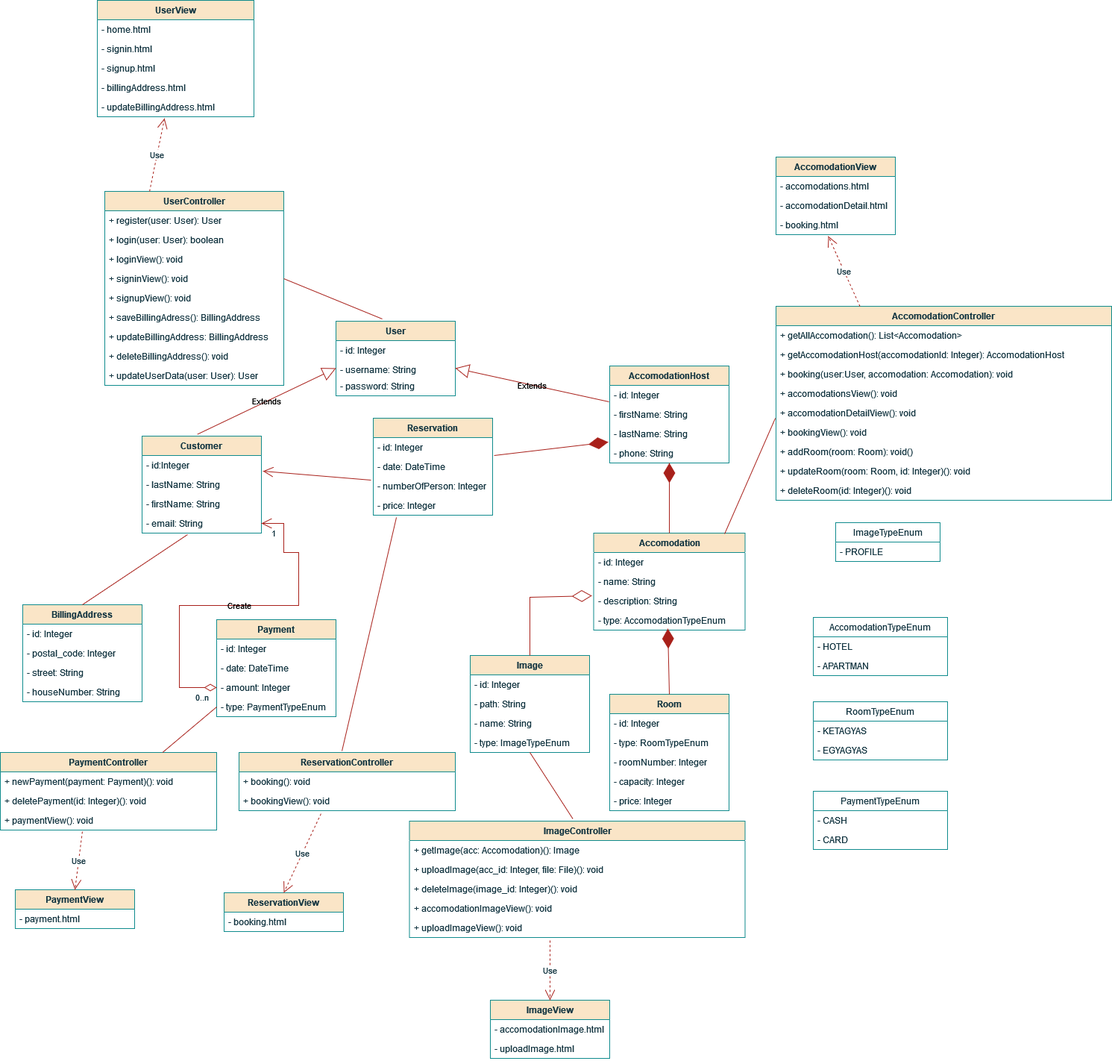
Aggron2k/rf1-szallas keeps this draw.io diagram as rf-uml.png. Above is the earlier version. Source tidied: cells renumbered, new cells last; positions are measured from the earlier drawing's top-left corner, leaving out a move shared by most shapes.
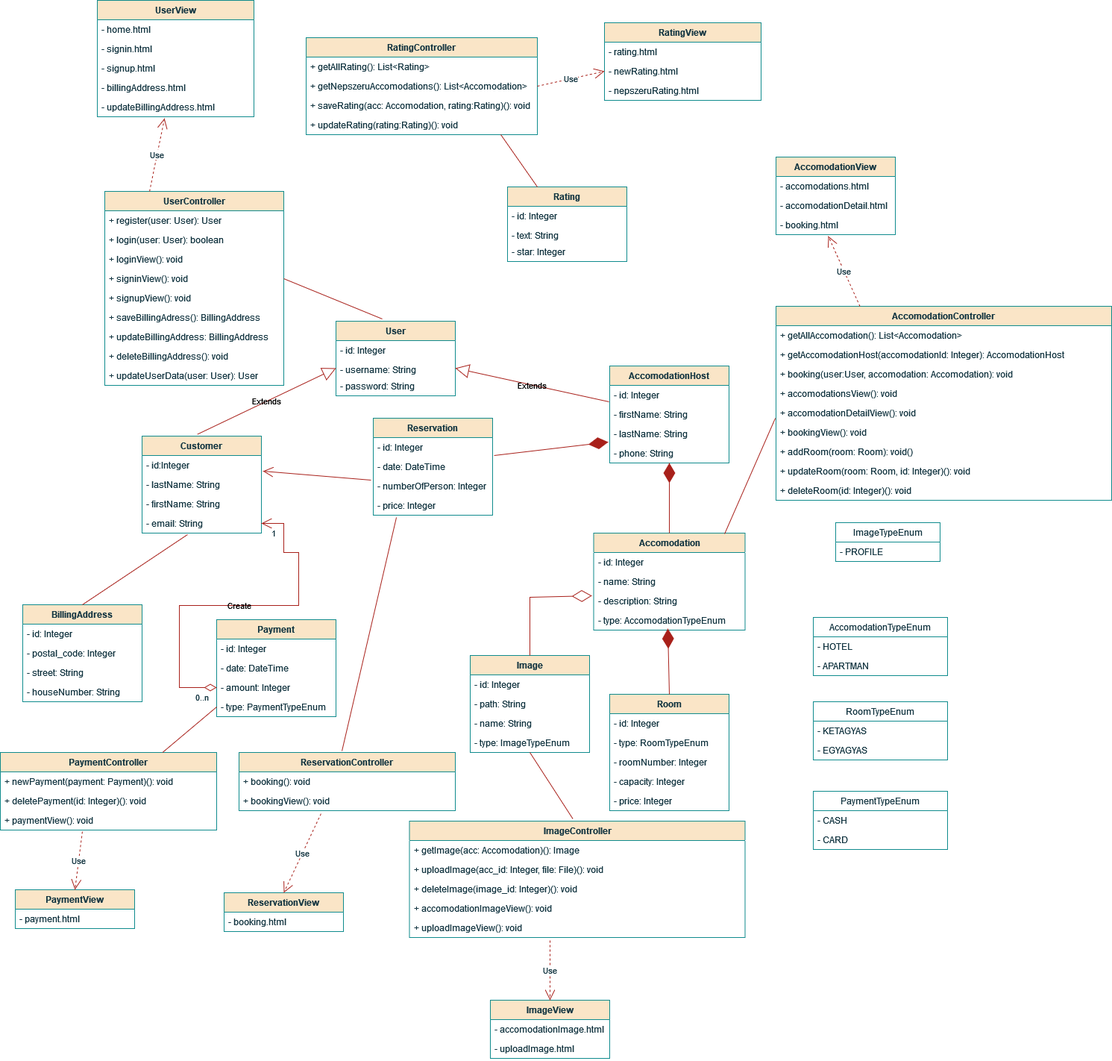
Above is the later version.

Commit message:
Rating model, Rating controller, Rating view

Diff of the diagram source:
```diff
@@ -402,5 +402,50 @@
     <mxCell id="128" style="endArrow=none;html=1;rounded=0;exitX=0.75;exitY=0;exitDx=0;exitDy=0;entryX=0;entryY=0.5;entryDx=0;entryDy=0;labelBackgroundColor=none;strokeColor=#A8201A;fontColor=default;" parent="1" edge="1" source="121" target="59">
       <mxGeometry relative="1" as="geometry" />
     </mxCell>
+    <mxCell id="129" value="Rating" style="swimlane;fontStyle=1;align=center;verticalAlign=top;horizontal=1;startSize=26;whiteSpace=wrap;html=1;labelBackgroundColor=none;fillColor=#FAE5C7;strokeColor=#0F8B8D;fontColor=#143642;rounded=0;" parent="1" vertex="1">
+      <mxGeometry x="680" y="250" width="160" height="100" as="geometry" />
+    </mxCell>
+    <mxCell id="130" value="- id: Integer" style="text;strokeColor=none;fillColor=none;align=left;verticalAlign=top;spacingLeft=4;spacingRight=4;overflow=hidden;whiteSpace=wrap;html=1;labelBackgroundColor=none;fontColor=#143642;rounded=0;" parent="129" vertex="1">
+      <mxGeometry y="26" width="160" height="26" as="geometry" />
+    </mxCell>
+    <mxCell id="131" value="- text: String" style="text;strokeColor=none;fillColor=none;align=left;verticalAlign=top;spacingLeft=4;spacingRight=4;overflow=hidden;whiteSpace=wrap;html=1;labelBackgroundColor=none;fontColor=#143642;rounded=0;" parent="129" vertex="1">
+      <mxGeometry y="52" width="160" height="22" as="geometry" />
+    </mxCell>
+    <mxCell id="132" value="- star: Integer" style="text;strokeColor=none;fillColor=none;align=left;verticalAlign=top;spacingLeft=4;spacingRight=4;overflow=hidden;whiteSpace=wrap;html=1;labelBackgroundColor=none;fontColor=#143642;rounded=0;" parent="129" vertex="1">
+      <mxGeometry y="74" width="160" height="26" as="geometry" />
+    </mxCell>
+    <mxCell id="133" value="RatingController" style="swimlane;fontStyle=1;align=center;verticalAlign=top;horizontal=1;startSize=26;whiteSpace=wrap;html=1;labelBackgroundColor=none;fillColor=#FAE5C7;strokeColor=#0F8B8D;fontColor=#143642;" parent="1" vertex="1">
+      <mxGeometry x="410" y="50" width="310" height="130" as="geometry" />
+    </mxCell>
+    <mxCell id="134" value="&lt;div&gt;+ getAllRating(): List&amp;lt;Rating&amp;gt;&lt;/div&gt;&lt;div&gt;&lt;br&gt;&lt;/div&gt;" style="text;strokeColor=none;fillColor=none;align=left;verticalAlign=top;spacingLeft=4;spacingRight=4;overflow=hidden;whiteSpace=wrap;html=1;labelBackgroundColor=none;fontColor=#143642;" parent="133" vertex="1">
+      <mxGeometry y="26" width="310" height="26" as="geometry" />
+    </mxCell>
+    <mxCell id="135" value="+ getNepszeruAccomodations(): List&amp;lt;Accomodation&amp;gt;" style="text;strokeColor=none;fillColor=none;align=left;verticalAlign=top;spacingLeft=4;spacingRight=4;overflow=hidden;points=[[0,0.5],[1,0.5]];portConstraint=eastwest;whiteSpace=wrap;html=1;labelBackgroundColor=none;fontColor=#143642;" parent="133" vertex="1">
+      <mxGeometry y="52" width="310" height="26" as="geometry" />
+    </mxCell>
+    <mxCell id="136" value="+ saveRating(acc: Accomodation, rating:Rating)(): void" style="text;strokeColor=none;fillColor=none;align=left;verticalAlign=top;spacingLeft=4;spacingRight=4;overflow=hidden;whiteSpace=wrap;html=1;labelBackgroundColor=none;fontColor=#143642;" parent="133" vertex="1">
+      <mxGeometry y="78" width="310" height="26" as="geometry" />
+    </mxCell>
+    <mxCell id="137" value="+ updateRating(rating:Rating)(): void" style="text;strokeColor=none;fillColor=none;align=left;verticalAlign=top;spacingLeft=4;spacingRight=4;overflow=hidden;points=[[0,0.5],[1,0.5]];portConstraint=eastwest;whiteSpace=wrap;html=1;labelBackgroundColor=none;fontColor=#143642;" parent="133" vertex="1">
+      <mxGeometry y="104" width="310" height="26" as="geometry" />
+    </mxCell>
+    <mxCell id="138" value="RatingView" style="swimlane;fontStyle=1;align=center;verticalAlign=top;horizontal=1;startSize=26;whiteSpace=wrap;html=1;strokeColor=#0F8B8D;fontColor=#143642;fillColor=#FAE5C7;" parent="1" vertex="1">
+      <mxGeometry x="810" y="30" width="210" height="104" as="geometry" />
+    </mxCell>
+    <mxCell id="139" value="- rating.html" style="text;strokeColor=none;fillColor=none;align=left;verticalAlign=top;spacingLeft=4;spacingRight=4;overflow=hidden;whiteSpace=wrap;html=1;fontColor=#143642;" parent="138" vertex="1">
+      <mxGeometry y="26" width="210" height="26" as="geometry" />
+    </mxCell>
+    <mxCell id="140" value="- newRating.html" style="text;strokeColor=none;fillColor=none;align=left;verticalAlign=top;spacingLeft=4;spacingRight=4;overflow=hidden;points=[[0,0.5],[1,0.5]];portConstraint=eastwest;whiteSpace=wrap;html=1;fontColor=#143642;" parent="138" vertex="1">
+      <mxGeometry y="52" width="210" height="26" as="geometry" />
+    </mxCell>
+    <mxCell id="141" value="- nepszeruRating.html" style="text;strokeColor=none;fillColor=none;align=left;verticalAlign=top;spacingLeft=4;spacingRight=4;overflow=hidden;whiteSpace=wrap;html=1;fontColor=#143642;" parent="138" vertex="1">
+      <mxGeometry y="78" width="210" height="26" as="geometry" />
+    </mxCell>
+    <mxCell id="142" value="Use" style="endArrow=open;endSize=12;dashed=1;html=1;rounded=0;strokeColor=#A8201A;fontColor=#143642;fillColor=#FAE5C7;exitX=1;exitY=0.5;exitDx=0;exitDy=0;entryX=0;entryY=0.5;entryDx=0;entryDy=0;" parent="1" edge="1" source="135" target="140">
+      <mxGeometry relative="1" as="geometry" />
+    </mxCell>
+    <mxCell id="143" style="endArrow=none;html=1;rounded=0;exitX=0.842;exitY=1;exitDx=0;exitDy=0;entryX=0.25;entryY=0;entryDx=0;entryDy=0;labelBackgroundColor=none;strokeColor=#A8201A;fontColor=default;exitPerimeter=0;" parent="1" edge="1" source="137" target="129">
+      <mxGeometry relative="1" as="geometry" />
+    </mxCell>
   </root>
 </mxGraphModel>
```
